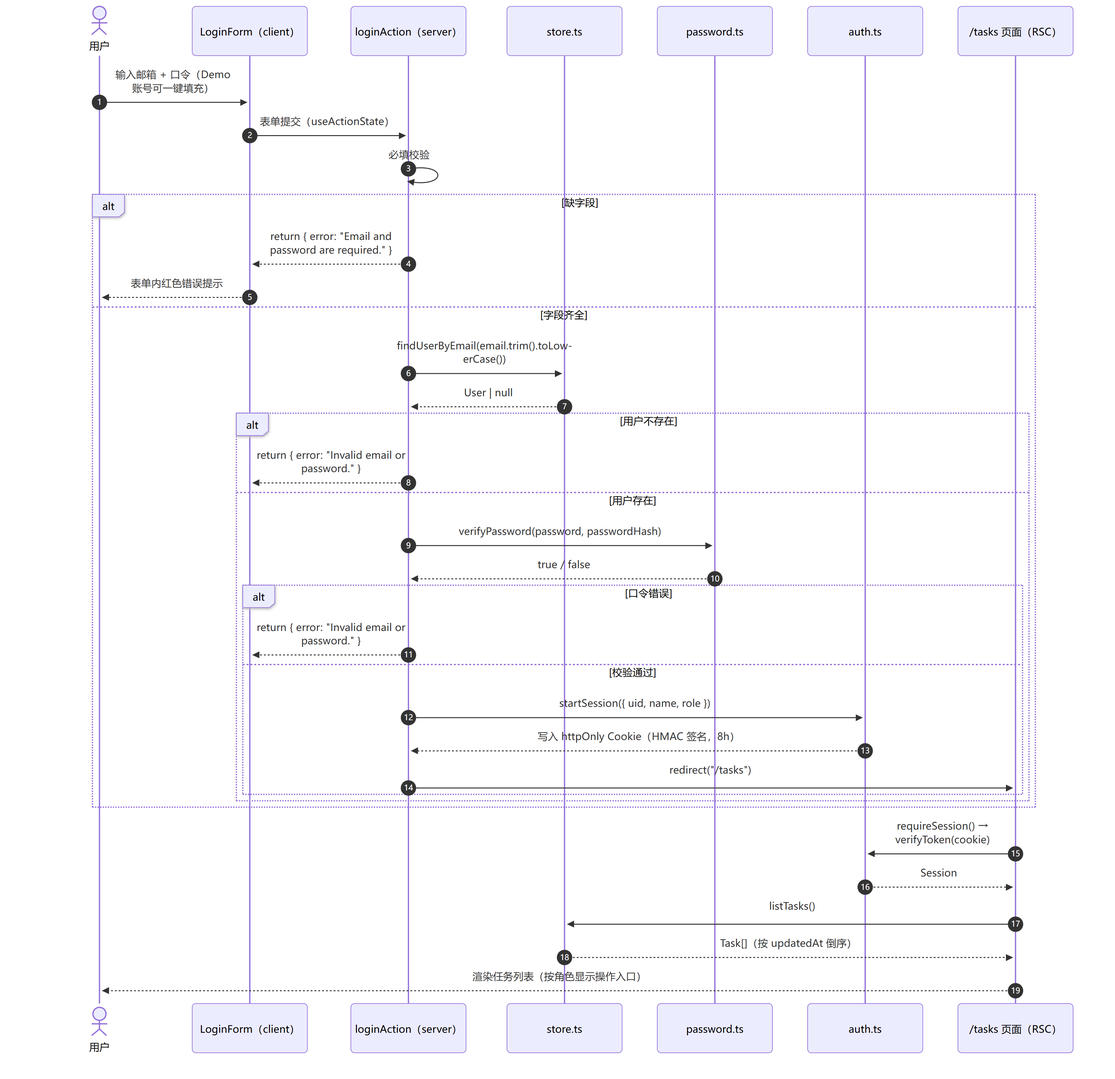
yiyumeng233-wq/Task-manager keeps this Mermaid diagram as docs/images/04-login-sequence.png. Above is the earlier version. Its source is kept beside it as docs/diagrams/src/04-login-sequence.mmd.
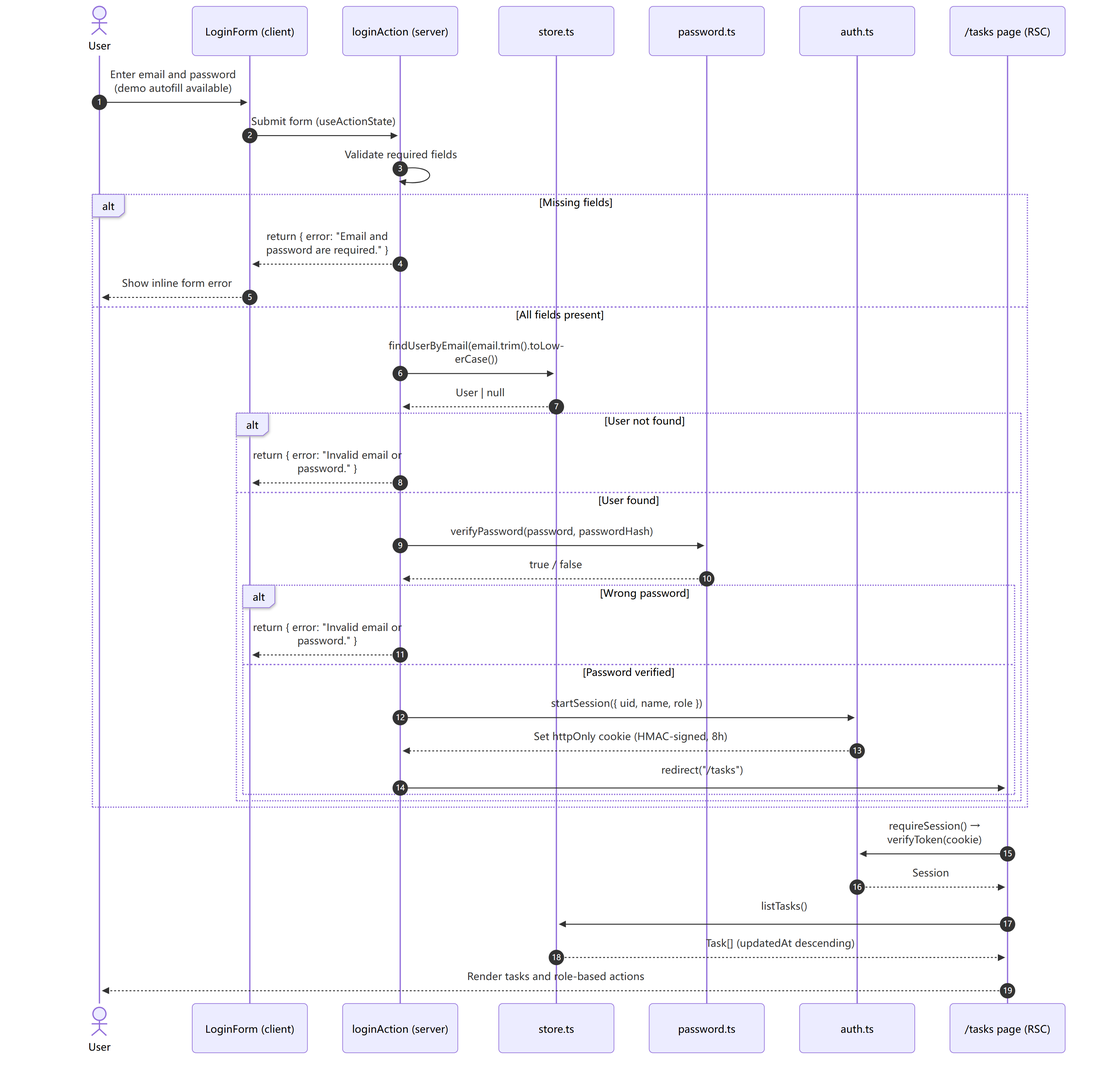
Above is the later version.

What changed in the source:
```diff
@@ -1,32 +1,32 @@
 sequenceDiagram
     autonumber
-    actor U as 用户
-    participant LF as LoginForm（client）
-    participant AC as loginAction（server）
+    actor U as User
+    participant LF as LoginForm (client)
+    participant AC as loginAction (server)
     participant ST as store.ts
     participant PW as password.ts
     participant AU as auth.ts
-    participant PG as /tasks 页面（RSC）
+    participant PG as /tasks page (RSC)
 
-    U->>LF: 输入邮箱 + 口令（Demo 账号可一键填充）
-    LF->>AC: 表单提交（useActionState）
-    AC->>AC: 必填校验
-    alt 缺字段
+    U->>LF: Enter email and password (demo autofill available)
+    LF->>AC: Submit form (useActionState)
+    AC->>AC: Validate required fields
+    alt Missing fields
         AC-->>LF: return { error: "Email and password are required." }
-        LF-->>U: 表单内红色错误提示
-    else 字段齐全
+        LF-->>U: Show inline form error
+    else All fields present
         AC->>ST: findUserByEmail(email.trim().toLowerCase())
         ST-->>AC: User | null
-        alt 用户不存在
+        alt User not found
             AC-->>LF: return { error: "Invalid email or password." }
-        else 用户存在
+        else User found
             AC->>PW: verifyPassword(password, passwordHash)
             PW-->>AC: true / false
-            alt 口令错误
+            alt Wrong password
                 AC-->>LF: return { error: "Invalid email or password." }
-            else 校验通过
+            else Password verified
                 AC->>AU: startSession({ uid, name, role })
-                AU-->>AC: 写入 httpOnly Cookie（HMAC 签名，8h）
+                AU-->>AC: Set httpOnly cookie (HMAC-signed, 8h)
                 AC->>PG: redirect("/tasks")
             end
         end
@@ -34,5 +34,5 @@
     PG->>AU: requireSession() → verifyToken(cookie)
     AU-->>PG: Session
     PG->>ST: listTasks()
-    ST-->>PG: Task[]（按 updatedAt 倒序）
-    PG-->>U: 渲染任务列表（按角色显示操作入口）
+    ST-->>PG: Task[] (updatedAt descending)
+    PG-->>U: Render tasks and role-based actions
```
